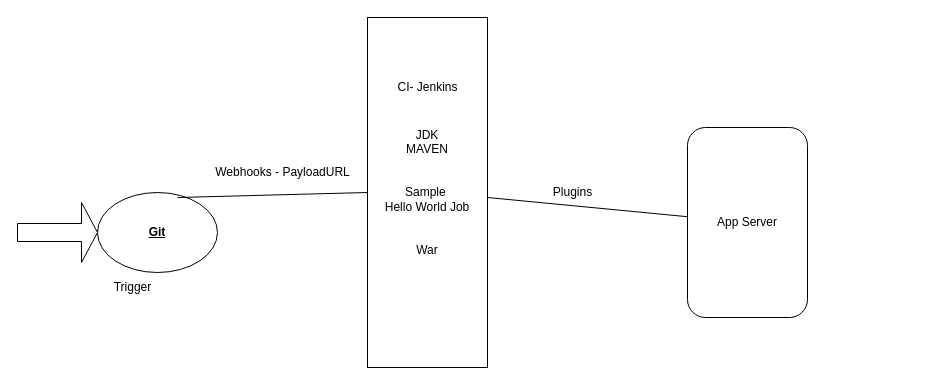
Earlier version of the draw.io diagram Untitled Diagram.drawio (raghuopsdev/kpmg). Source tidied: cells renumbered, new cells numbered last; positions are measured from the earlier drawing's top-left corner, leaving out a move shared by most shapes. Both pictures are drawn from the tidied source at 100%, with x=0, y=0 at pixel (17, 17).
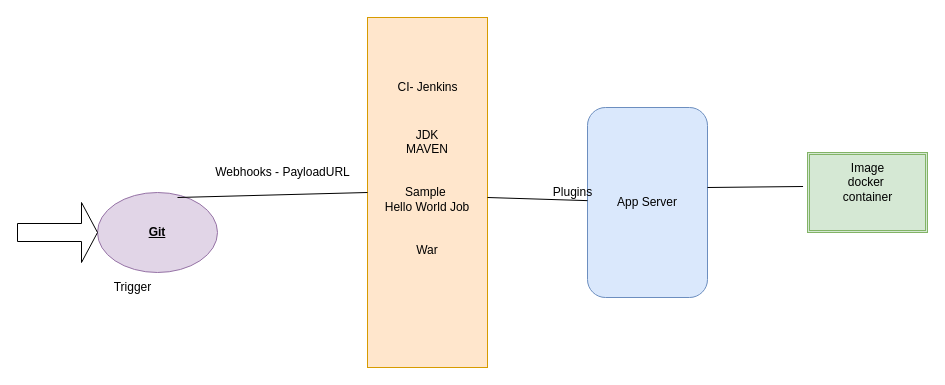
The same diagram, later.

Diff of the diagram source:
```diff
@@
 <mxGraphModel>
   <root>
     <mxCell id="0" />
     <mxCell id="1" parent="0" />
-    <mxCell id="2" value="JDK&lt;br&gt;MAVEN&lt;br&gt;&lt;br&gt;&lt;br&gt;Sample&amp;nbsp;&lt;br&gt;Hello World Job&lt;br&gt;&lt;br&gt;&lt;br&gt;War" style="rounded=0;whiteSpace=wrap;html=1;" parent="1" vertex="1">
+    <mxCell id="2" value="JDK&lt;br&gt;MAVEN&lt;br&gt;&lt;br&gt;&lt;br&gt;Sample&amp;nbsp;&lt;br&gt;Hello World Job&lt;br&gt;&lt;br&gt;&lt;br&gt;War" style="rounded=0;whiteSpace=wrap;html=1;fillColor=#ffe6cc;strokeColor=#d79b00;" parent="1" vertex="1">
       <mxGeometry x="350" width="120" height="350" as="geometry" />
     </mxCell>
-    <mxCell id="3" value="Git" style="ellipse;whiteSpace=wrap;html=1;fontStyle=5;" parent="1" vertex="1">
+    <mxCell id="3" value="Git" style="ellipse;whiteSpace=wrap;html=1;fontStyle=5;fillColor=#e1d5e7;strokeColor=#9673a6;" parent="1" vertex="1">
       <mxGeometry x="80" y="175" width="120" height="80" as="geometry" />
     </mxCell>
     <mxCell id="4" style="endArrow=none;html=1;rounded=0;entryX=0;entryY=0.5;entryDx=0;entryDy=0;" parent="1" edge="1" target="2">
       <mxGeometry relative="1" as="geometry">
         <mxPoint x="160" y="180" as="sourcePoint" />
       </mxGeometry>
     </mxCell>
-    <mxCell id="5" value="App Server" style="rounded=1;whiteSpace=wrap;html=1;" parent="1" vertex="1">
-      <mxGeometry x="670" y="110" width="120" height="190" as="geometry" />
+    <mxCell id="5" value="App Server" style="rounded=1;whiteSpace=wrap;html=1;fillColor=#dae8fc;strokeColor=#6c8ebf;" parent="1" vertex="1">
+      <mxGeometry x="570" y="90" width="120" height="190" as="geometry" />
     </mxCell>
     <mxCell id="6" style="endArrow=none;html=1;rounded=0;" parent="1" edge="1" target="5">
       <mxGeometry relative="1" as="geometry">
         <mxPoint x="470" y="180" as="sourcePoint" />
       </mxGeometry>
     </mxCell>
     <mxCell id="7" value="CI- Jenkins" style="text;html=1;align=center;verticalAlign=middle;fillColor=none;strokeColor=none;rounded=0;" parent="1" vertex="1">
       <mxGeometry x="370" y="60" width="80" height="20" as="geometry" />
     </mxCell>
     <mxCell id="8" value="Plugins" style="text;html=1;align=center;verticalAlign=middle;fillColor=none;strokeColor=none;rounded=0;" parent="1" vertex="1">
       <mxGeometry x="530" y="165" width="50" height="20" as="geometry" />
     </mxCell>
     <mxCell id="9" value="Webhooks - PayloadURL" style="text;html=1;align=center;verticalAlign=middle;fillColor=none;strokeColor=none;rounded=0;" parent="1" vertex="1">
       <mxGeometry x="190" y="145" width="150" height="20" as="geometry" />
     </mxCell>
     <mxCell id="10" style="shape=singleArrow;whiteSpace=wrap;html=1;" parent="1" vertex="1">
       <mxGeometry y="185" width="80" height="60" as="geometry" />
     </mxCell>
     <mxCell id="11" value="Trigger" style="text;html=1;align=center;verticalAlign=middle;fillColor=none;strokeColor=none;rounded=0;" parent="1" vertex="1">
       <mxGeometry x="90" y="260" width="50" height="20" as="geometry" />
     </mxCell>
+    <mxCell id="12" style="shape=ext;double=1;rounded=0;whiteSpace=wrap;html=1;fillColor=#d5e8d4;strokeColor=#82b366;" parent="1" vertex="1">
+      <mxGeometry x="790" y="135" width="120" height="80" as="geometry" />
+    </mxCell>
+    <mxCell id="13" style="endArrow=none;html=1;rounded=0;entryX=-0.037;entryY=0.425;entryDx=0;entryDy=0;entryPerimeter=0;" parent="1" edge="1" target="12">
+      <mxGeometry relative="1" as="geometry">
+        <mxPoint x="690" y="170" as="sourcePoint" />
+      </mxGeometry>
+    </mxCell>
+    <mxCell id="14" value="Image&lt;br&gt;docker&amp;nbsp;&lt;br&gt;container" style="text;html=1;align=center;verticalAlign=middle;fillColor=none;strokeColor=none;rounded=0;" parent="1" vertex="1">
+      <mxGeometry x="820" y="140" width="60" height="50" as="geometry" />
+    </mxCell>
   </root>
 </mxGraphModel>
```
